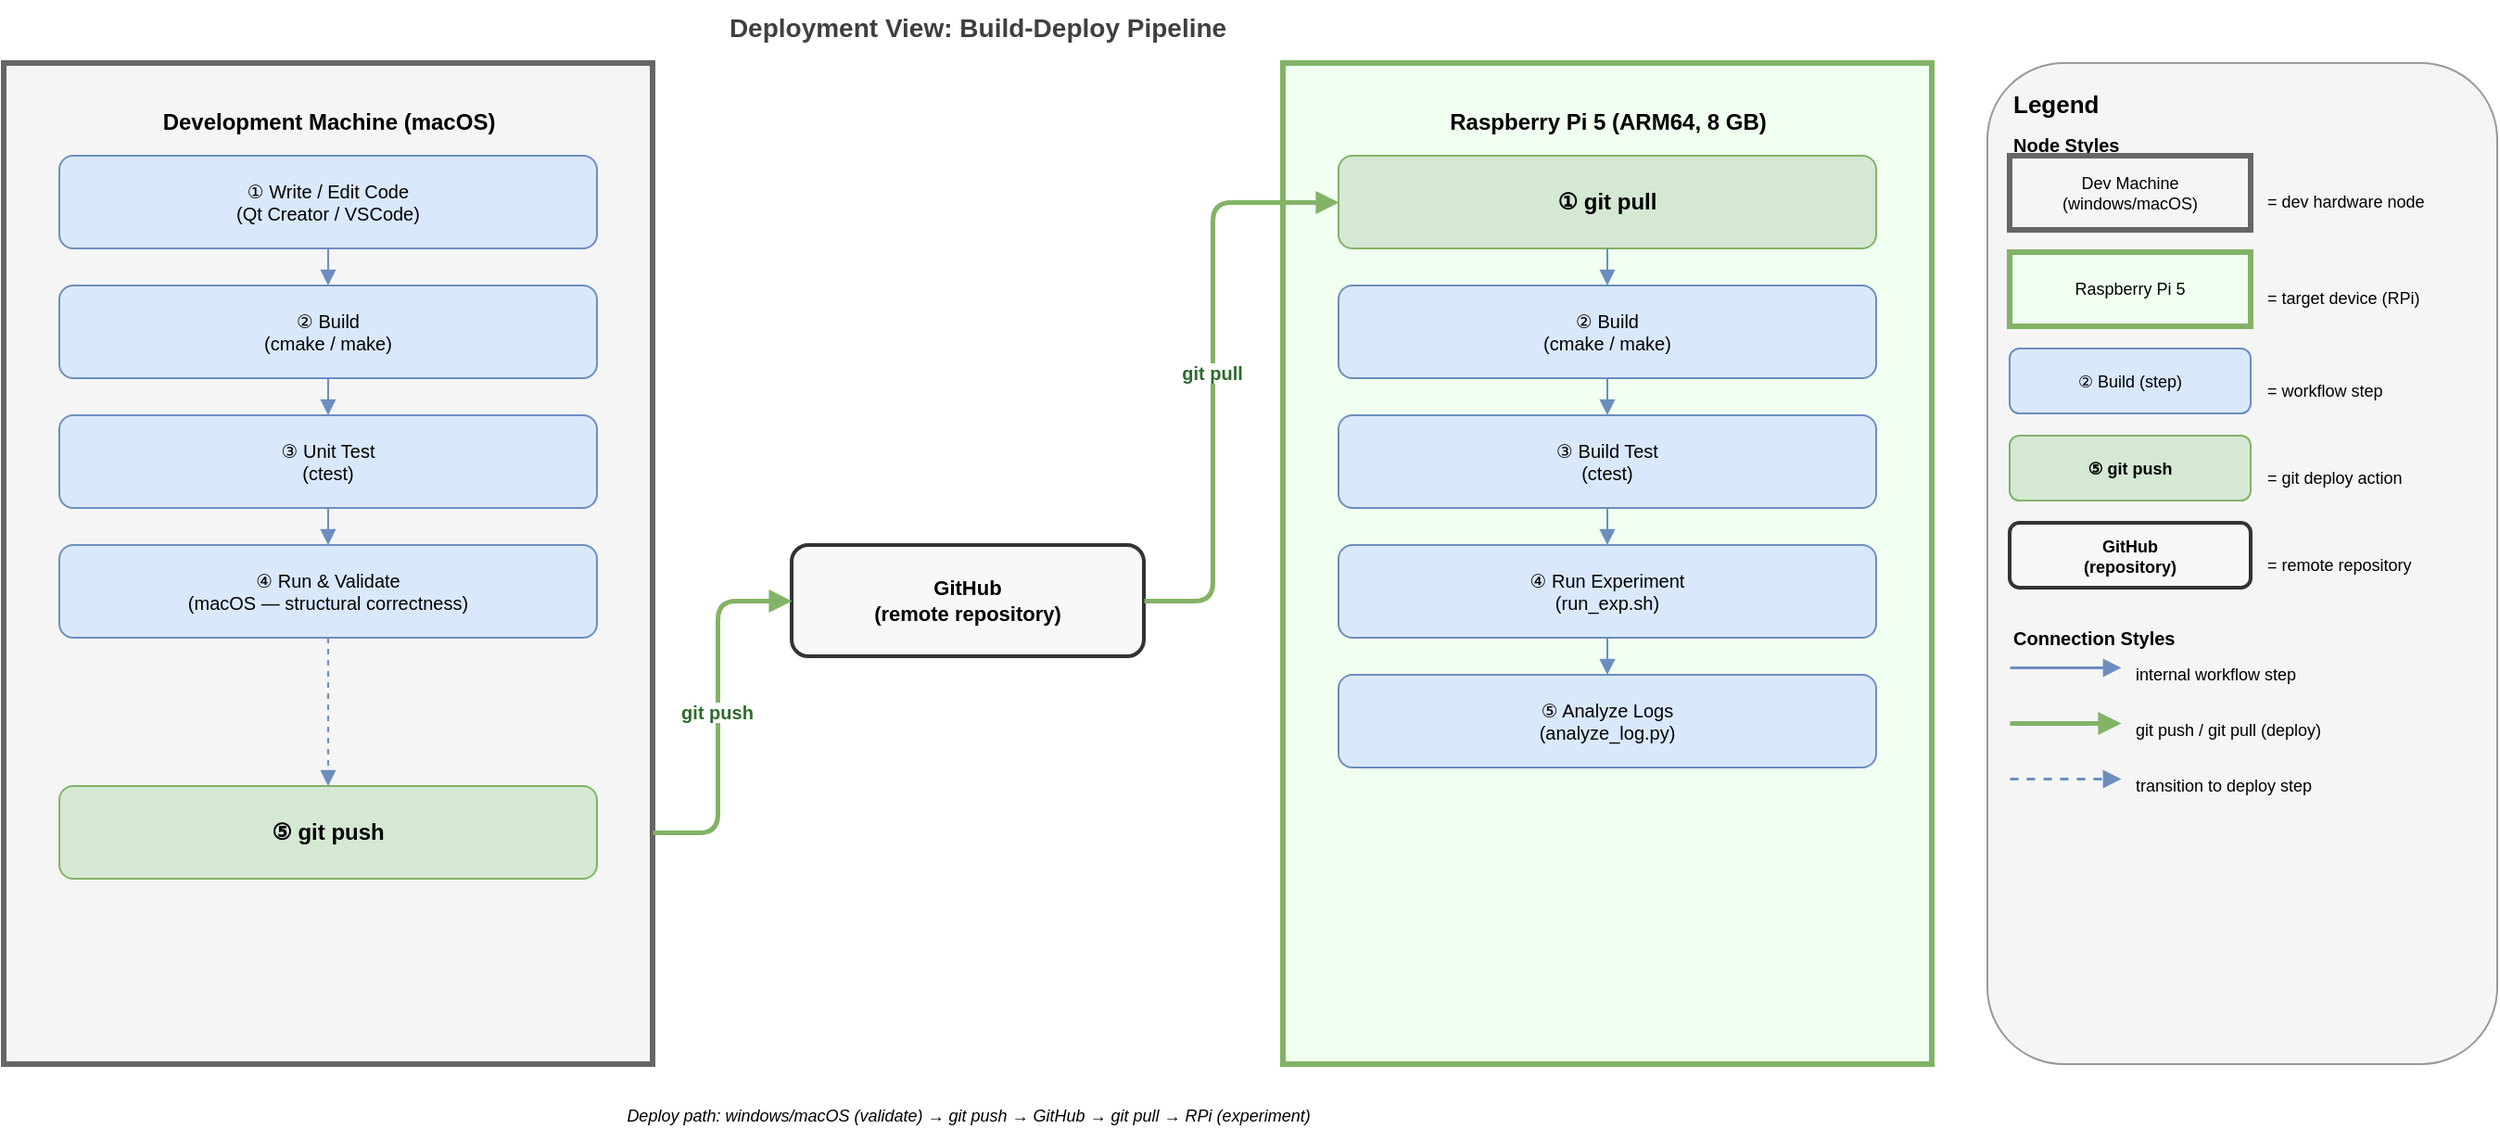
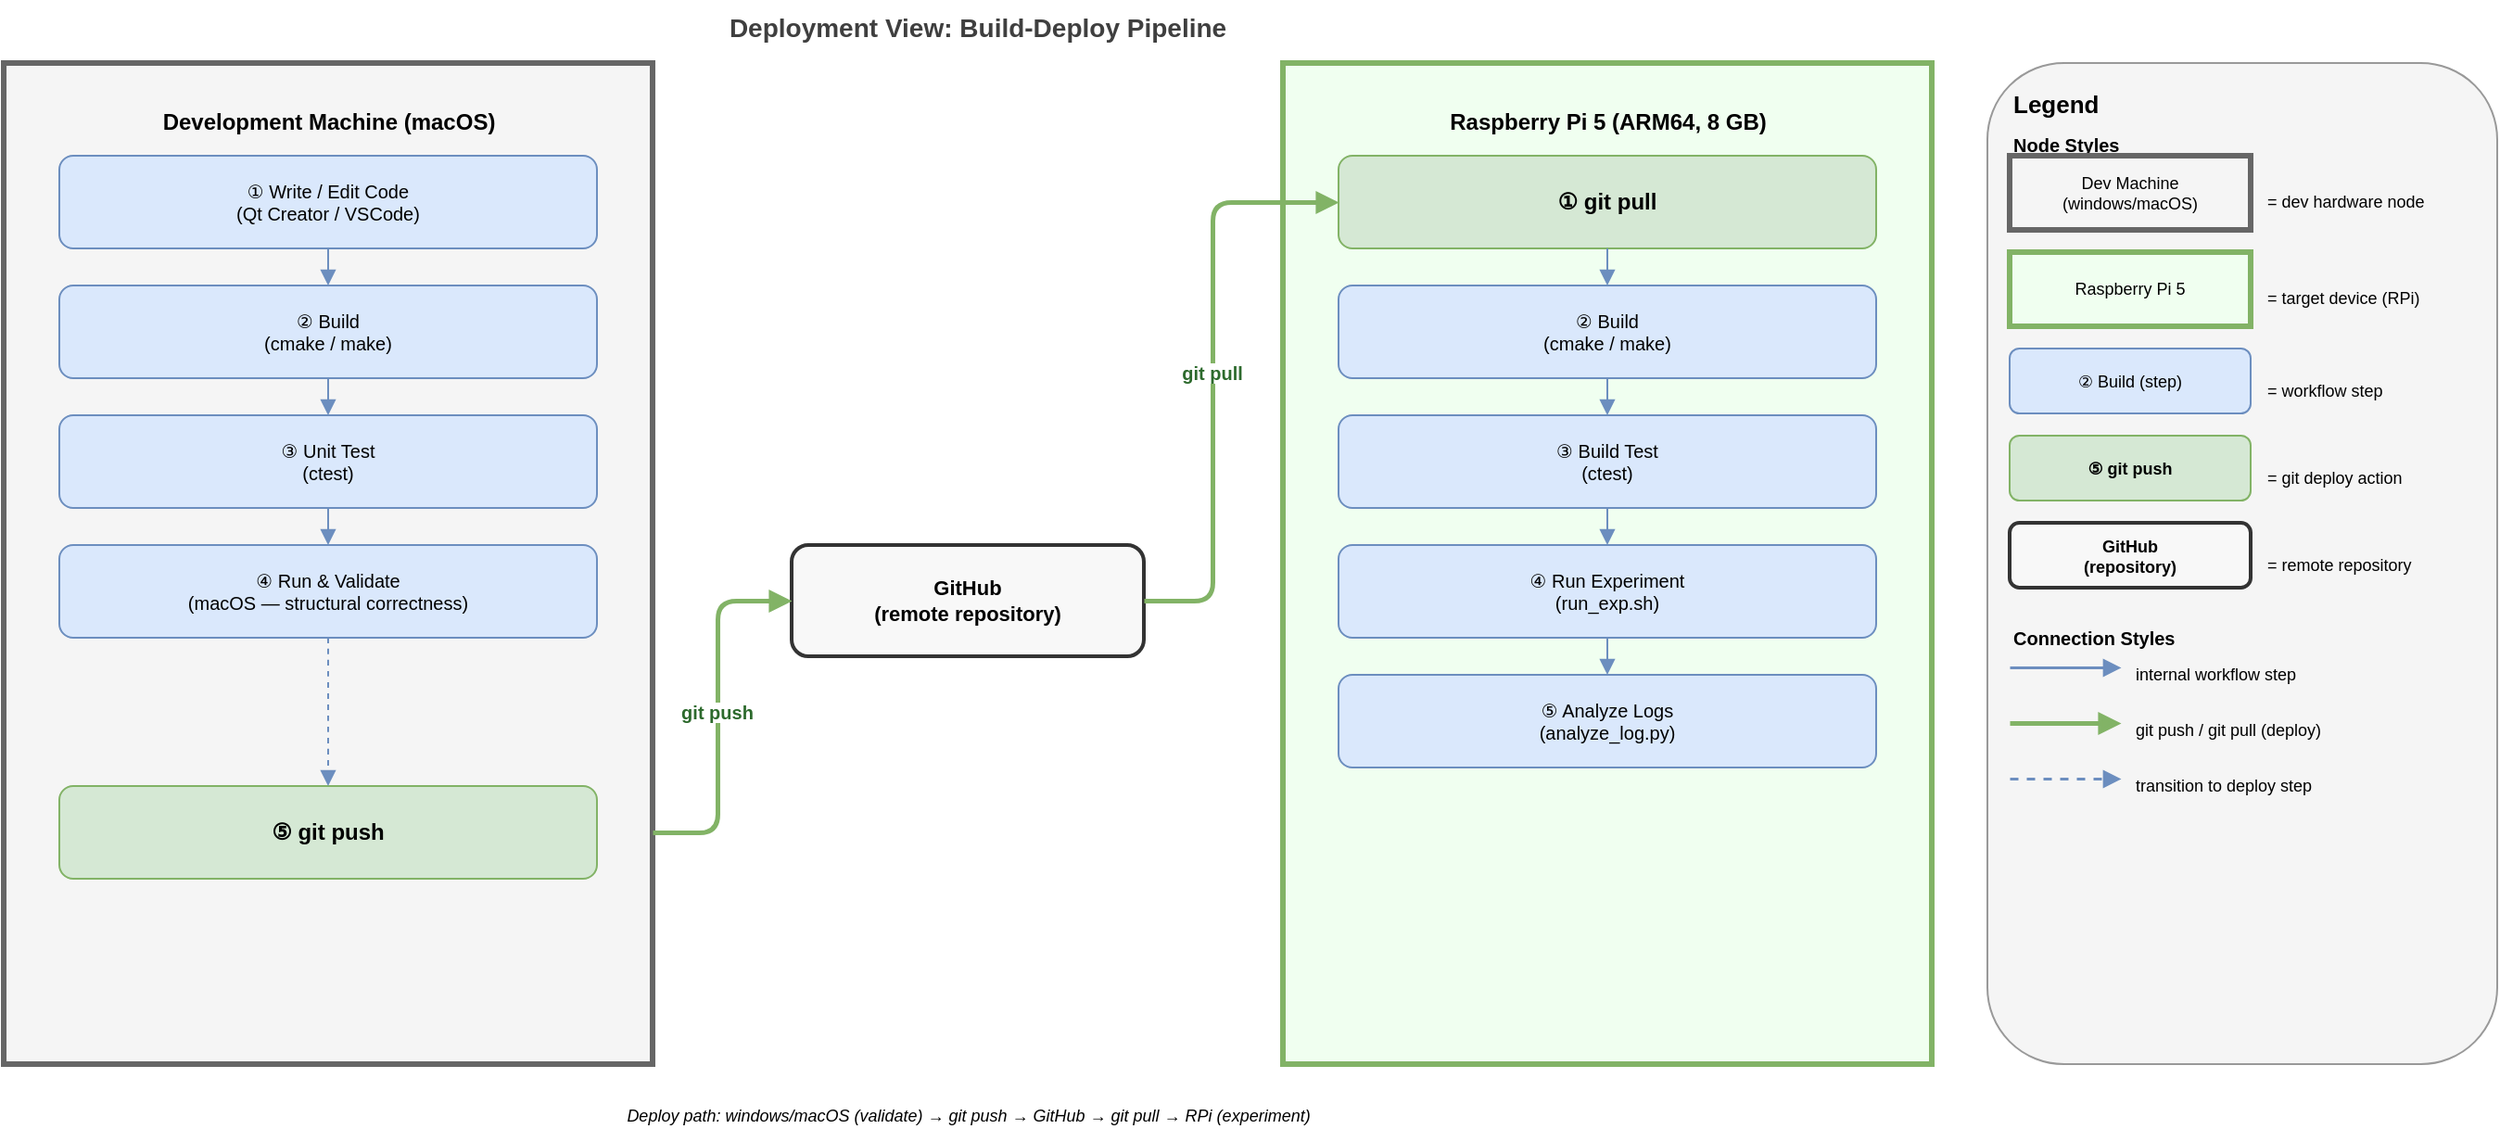
<mxfile host="65bd71144e">
-     <diagram id="eGPjmnUO7QiVlHh5mDwl" name="Page-1">
+     <diagram id="eGPjmnUO7QiVlHh5mDwl" name="Build-Deploy Pipeline">
        <mxGraphModel dx="906" dy="497" grid="1" gridSize="10" guides="1" tooltips="1" connect="1" arrows="1" fold="1" page="1" pageScale="1" pageWidth="1400" pageHeight="640" math="0" shadow="0">
            <root>
                <mxCell id="0"/>
                <mxCell id="1" parent="0"/>
                <mxCell id="title" value="&lt;span style=&quot;color: rgb(63, 63, 63); background-color: transparent;&quot;&gt;Deployment View: Build-Deploy Pipeline&lt;/span&gt;" style="text;html=1;strokeColor=none;fillColor=none;align=center;fontSize=14;fontStyle=1;" parent="1" vertex="1">
                    <mxGeometry x="30" y="6" width="1050" height="26" as="geometry"/>
                </mxCell>
                <mxCell id="DEV" value="" style="rounded=0;whiteSpace=wrap;html=1;fillColor=#f5f5f5;strokeColor=#666666;strokeWidth=3;" parent="1" vertex="1">
                    <mxGeometry x="30" y="40" width="350" height="540" as="geometry"/>
                </mxCell>
                <mxCell id="DEV_NM" value="Development Machine (macOS)" style="text;html=1;strokeColor=none;fillColor=none;fontStyle=1;fontSize=12;align=center;" parent="1" vertex="1">
                    <mxGeometry x="30" y="58" width="350" height="20" as="geometry"/>
                </mxCell>
                <mxCell id="D1" value="① Write / Edit Code&#xa;(Qt Creator / VSCode)" style="rounded=1;whiteSpace=wrap;html=1;fillColor=#dae8fc;strokeColor=#6c8ebf;fontSize=10;" parent="1" vertex="1">
                    <mxGeometry x="60" y="90" width="290" height="50" as="geometry"/>
                </mxCell>
                <mxCell id="D2" value="② Build&#xa;(cmake / make)" style="rounded=1;whiteSpace=wrap;html=1;fillColor=#dae8fc;strokeColor=#6c8ebf;fontSize=10;" parent="1" vertex="1">
                    <mxGeometry x="60" y="160" width="290" height="50" as="geometry"/>
                </mxCell>
                <mxCell id="D3" value="③ Unit Test&#xa;(ctest)" style="rounded=1;whiteSpace=wrap;html=1;fillColor=#dae8fc;strokeColor=#6c8ebf;fontSize=10;" parent="1" vertex="1">
                    <mxGeometry x="60" y="230" width="290" height="50" as="geometry"/>
                </mxCell>
                <mxCell id="D4" value="④ Run &amp; Validate&#xa;(macOS — structural correctness)" style="rounded=1;whiteSpace=wrap;html=1;fillColor=#dae8fc;strokeColor=#6c8ebf;fontSize=10;" parent="1" vertex="1">
                    <mxGeometry x="60" y="300" width="290" height="50" as="geometry"/>
                </mxCell>
                <mxCell id="D5" value="⑤ git push" style="rounded=1;whiteSpace=wrap;html=1;fillColor=#d5e8d4;strokeColor=#82b366;fontStyle=1;fontSize=12;" parent="1" vertex="1">
                    <mxGeometry x="60" y="430" width="290" height="50" as="geometry"/>
                </mxCell>
-                 <mxCell id="d1d2" value="" style="edgeStyle=orthogonalEdgeStyle;endArrow=block;endFill=1;strokeColor=#6c8ebf;" parent="1" source="D1" target="D2" edge="1">
+                 <mxCell id="d1d2" value="" style="edgeStyle=orthogonalEdgeStyle;rounded=1;curved=1;endArrow=block;endFill=1;strokeColor=#6c8ebf;" parent="1" source="D1" target="D2" edge="1">
                    <mxGeometry relative="1" as="geometry"/>
                </mxCell>
-                 <mxCell id="d2d3" value="" style="edgeStyle=orthogonalEdgeStyle;endArrow=block;endFill=1;strokeColor=#6c8ebf;" parent="1" source="D2" target="D3" edge="1">
+                 <mxCell id="d2d3" value="" style="edgeStyle=orthogonalEdgeStyle;rounded=1;curved=1;endArrow=block;endFill=1;strokeColor=#6c8ebf;" parent="1" source="D2" target="D3" edge="1">
                    <mxGeometry relative="1" as="geometry"/>
                </mxCell>
-                 <mxCell id="d3d4" value="" style="edgeStyle=orthogonalEdgeStyle;endArrow=block;endFill=1;strokeColor=#6c8ebf;" parent="1" source="D3" target="D4" edge="1">
+                 <mxCell id="d3d4" value="" style="edgeStyle=orthogonalEdgeStyle;rounded=1;curved=1;endArrow=block;endFill=1;strokeColor=#6c8ebf;" parent="1" source="D3" target="D4" edge="1">
                    <mxGeometry relative="1" as="geometry"/>
                </mxCell>
-                 <mxCell id="d4d5" value="" style="edgeStyle=orthogonalEdgeStyle;endArrow=block;endFill=1;strokeColor=#6c8ebf;dashed=1;" parent="1" source="D4" target="D5" edge="1">
+                 <mxCell id="d4d5" value="" style="edgeStyle=orthogonalEdgeStyle;rounded=1;curved=1;endArrow=block;endFill=1;strokeColor=#6c8ebf;dashed=1;" parent="1" source="D4" target="D5" edge="1">
                    <mxGeometry relative="1" as="geometry"/>
                </mxCell>
                <mxCell id="GH" value="GitHub&#xa;(remote repository)" style="rounded=1;whiteSpace=wrap;html=1;fillColor=#f8f8f8;strokeColor=#333333;strokeWidth=2;fontStyle=1;fontSize=11;" parent="1" vertex="1">
                    <mxGeometry x="455" y="300" width="190" height="60" as="geometry"/>
                </mxCell>
                <mxCell id="RPI" value="" style="rounded=0;whiteSpace=wrap;html=1;fillColor=#f0fff0;strokeColor=#82b366;strokeWidth=3;" parent="1" vertex="1">
                    <mxGeometry x="720" y="40" width="350" height="540" as="geometry"/>
                </mxCell>
                <mxCell id="RPI_NM" value="Raspberry Pi 5 (ARM64, 8 GB)" style="text;html=1;strokeColor=none;fillColor=none;fontStyle=1;fontSize=12;align=center;" parent="1" vertex="1">
                    <mxGeometry x="720" y="58" width="350" height="20" as="geometry"/>
                </mxCell>
                <mxCell id="R1" value="① git pull" style="rounded=1;whiteSpace=wrap;html=1;fillColor=#d5e8d4;strokeColor=#82b366;fontStyle=1;fontSize=12;" parent="1" vertex="1">
                    <mxGeometry x="750" y="90" width="290" height="50" as="geometry"/>
                </mxCell>
                <mxCell id="R2" value="② Build&#xa;(cmake / make)" style="rounded=1;whiteSpace=wrap;html=1;fillColor=#dae8fc;strokeColor=#6c8ebf;fontSize=10;" parent="1" vertex="1">
                    <mxGeometry x="750" y="160" width="290" height="50" as="geometry"/>
                </mxCell>
                <mxCell id="R3" value="③ Build Test&#xa;(ctest)" style="rounded=1;whiteSpace=wrap;html=1;fillColor=#dae8fc;strokeColor=#6c8ebf;fontSize=10;" parent="1" vertex="1">
                    <mxGeometry x="750" y="230" width="290" height="50" as="geometry"/>
                </mxCell>
                <mxCell id="R4" value="④ Run Experiment&#xa;(run_exp.sh)" style="rounded=1;whiteSpace=wrap;html=1;fillColor=#dae8fc;strokeColor=#6c8ebf;fontSize=10;" parent="1" vertex="1">
                    <mxGeometry x="750" y="300" width="290" height="50" as="geometry"/>
                </mxCell>
                <mxCell id="R5" value="⑤ Analyze Logs&#xa;(analyze_log.py)" style="rounded=1;whiteSpace=wrap;html=1;fillColor=#dae8fc;strokeColor=#6c8ebf;fontSize=10;" parent="1" vertex="1">
                    <mxGeometry x="750" y="370" width="290" height="50" as="geometry"/>
                </mxCell>
-                 <mxCell id="r1r2" value="" style="edgeStyle=orthogonalEdgeStyle;endArrow=block;endFill=1;strokeColor=#6c8ebf;" parent="1" source="R1" target="R2" edge="1">
+                 <mxCell id="r1r2" value="" style="edgeStyle=orthogonalEdgeStyle;rounded=1;curved=1;endArrow=block;endFill=1;strokeColor=#6c8ebf;" parent="1" source="R1" target="R2" edge="1">
                    <mxGeometry relative="1" as="geometry"/>
                </mxCell>
-                 <mxCell id="r2r3" value="" style="edgeStyle=orthogonalEdgeStyle;endArrow=block;endFill=1;strokeColor=#6c8ebf;" parent="1" source="R2" target="R3" edge="1">
+                 <mxCell id="r2r3" value="" style="edgeStyle=orthogonalEdgeStyle;rounded=1;curved=1;endArrow=block;endFill=1;strokeColor=#6c8ebf;" parent="1" source="R2" target="R3" edge="1">
                    <mxGeometry relative="1" as="geometry"/>
                </mxCell>
-                 <mxCell id="r3r4" value="" style="edgeStyle=orthogonalEdgeStyle;endArrow=block;endFill=1;strokeColor=#6c8ebf;" parent="1" source="R3" target="R4" edge="1">
+                 <mxCell id="r3r4" value="" style="edgeStyle=orthogonalEdgeStyle;rounded=1;curved=1;endArrow=block;endFill=1;strokeColor=#6c8ebf;" parent="1" source="R3" target="R4" edge="1">
                    <mxGeometry relative="1" as="geometry"/>
                </mxCell>
-                 <mxCell id="r4r5" value="" style="edgeStyle=orthogonalEdgeStyle;endArrow=block;endFill=1;strokeColor=#6c8ebf;" parent="1" source="R4" target="R5" edge="1">
+                 <mxCell id="r4r5" value="" style="edgeStyle=orthogonalEdgeStyle;rounded=1;curved=1;endArrow=block;endFill=1;strokeColor=#6c8ebf;" parent="1" source="R4" target="R5" edge="1">
                    <mxGeometry relative="1" as="geometry"/>
                </mxCell>
                <mxCell id="PUSH" value="git push" style="endArrow=block;endFill=1;strokeColor=#82b366;strokeWidth=2.5;fontColor=#2d6a2d;fontStyle=1;fontSize=10;exitX=1;exitY=0.5;exitDx=0;exitDy=0;" parent="1" edge="1">
                    <mxGeometry relative="1" as="geometry">
                        <mxPoint x="380" y="455" as="sourcePoint"/>
                        <mxPoint x="455" y="330" as="targetPoint"/>
                        <Array as="points">
                            <mxPoint x="415" y="455"/>
                            <mxPoint x="415" y="330"/>
                        </Array>
                    </mxGeometry>
                </mxCell>
                <mxCell id="PULL" value="git pull" style="endArrow=block;endFill=1;strokeColor=#82b366;strokeWidth=2.5;fontColor=#2d6a2d;fontStyle=1;fontSize=10;" parent="1" edge="1">
                    <mxGeometry relative="1" as="geometry">
                        <mxPoint x="645" y="330" as="sourcePoint"/>
                        <mxPoint x="750" y="115" as="targetPoint"/>
                        <Array as="points">
                            <mxPoint x="682" y="330"/>
                            <mxPoint x="682" y="115"/>
                        </Array>
                    </mxGeometry>
                </mxCell>
                <mxCell id="LEG" value="" style="rounded=1;whiteSpace=wrap;html=1;fillColor=#f5f5f5;strokeColor=#999999;" parent="1" vertex="1">
                    <mxGeometry x="1100" y="40" width="275" height="540" as="geometry"/>
                </mxCell>
                <mxCell id="LEG_T" value="Legend" style="text;html=1;strokeColor=none;fillColor=none;fontStyle=1;fontSize=13;align=left;" parent="1" vertex="1">
                    <mxGeometry x="1112" y="48" width="80" height="20" as="geometry"/>
                </mxCell>
                <mxCell id="LS0" value="Node Styles" style="text;html=1;strokeColor=none;fillColor=none;fontStyle=1;fontSize=10;align=left;" parent="1" vertex="1">
                    <mxGeometry x="1112" y="72" width="251" height="16" as="geometry"/>
                </mxCell>
                <mxCell id="LC1" value="Dev Machine (windows/macOS)" style="rounded=0;whiteSpace=wrap;html=1;fillColor=#f5f5f5;strokeColor=#666666;strokeWidth=3;fontSize=9;" parent="1" vertex="1">
                    <mxGeometry x="1112" y="90" width="130" height="40" as="geometry"/>
                </mxCell>
                <mxCell id="LC1T" value="= dev hardware node" style="text;html=1;strokeColor=none;fillColor=none;align=left;fontSize=9;" parent="1" vertex="1">
                    <mxGeometry x="1249" y="103" width="118" height="16" as="geometry"/>
                </mxCell>
                <mxCell id="LC2" value="Raspberry Pi 5" style="rounded=0;whiteSpace=wrap;html=1;fillColor=#f0fff0;strokeColor=#82b366;strokeWidth=3;fontSize=9;" parent="1" vertex="1">
                    <mxGeometry x="1112" y="142" width="130" height="40" as="geometry"/>
                </mxCell>
                <mxCell id="LC2T" value="= target device (RPi)" style="text;html=1;strokeColor=none;fillColor=none;align=left;fontSize=9;" parent="1" vertex="1">
                    <mxGeometry x="1249" y="155" width="118" height="16" as="geometry"/>
                </mxCell>
                <mxCell id="LC3" value="② Build (step)" style="rounded=1;whiteSpace=wrap;html=1;fillColor=#dae8fc;strokeColor=#6c8ebf;fontSize=9;" parent="1" vertex="1">
                    <mxGeometry x="1112" y="194" width="130" height="35" as="geometry"/>
                </mxCell>
                <mxCell id="LC3T" value="= workflow step" style="text;html=1;strokeColor=none;fillColor=none;align=left;fontSize=9;" parent="1" vertex="1">
                    <mxGeometry x="1249" y="205" width="118" height="16" as="geometry"/>
                </mxCell>
                <mxCell id="LC4" value="⑤ git push" style="rounded=1;whiteSpace=wrap;html=1;fillColor=#d5e8d4;strokeColor=#82b366;fontStyle=1;fontSize=9;" parent="1" vertex="1">
                    <mxGeometry x="1112" y="241" width="130" height="35" as="geometry"/>
                </mxCell>
                <mxCell id="LC4T" value="= git deploy action" style="text;html=1;strokeColor=none;fillColor=none;align=left;fontSize=9;" parent="1" vertex="1">
                    <mxGeometry x="1249" y="252" width="118" height="16" as="geometry"/>
                </mxCell>
                <mxCell id="LC5" value="GitHub&#xa;(repository)" style="rounded=1;whiteSpace=wrap;html=1;fillColor=#f8f8f8;strokeColor=#333333;strokeWidth=2;fontStyle=1;fontSize=9;" parent="1" vertex="1">
                    <mxGeometry x="1112" y="288" width="130" height="35" as="geometry"/>
                </mxCell>
                <mxCell id="LC5T" value="= remote repository" style="text;html=1;strokeColor=none;fillColor=none;align=left;fontSize=9;" parent="1" vertex="1">
                    <mxGeometry x="1249" y="299" width="118" height="16" as="geometry"/>
                </mxCell>
                <mxCell id="LS1" value="Connection Styles" style="text;html=1;strokeColor=none;fillColor=none;fontStyle=1;fontSize=10;align=left;" parent="1" vertex="1">
                    <mxGeometry x="1112" y="338" width="251" height="16" as="geometry"/>
                </mxCell>
                <mxCell id="LA1" value="" style="endArrow=block;endFill=1;strokeColor=#6c8ebf;strokeWidth=1.5;" parent="1" edge="1">
                    <mxGeometry relative="1" as="geometry">
                        <mxPoint x="1112" y="366" as="sourcePoint"/>
                        <mxPoint x="1172" y="366" as="targetPoint"/>
                    </mxGeometry>
                </mxCell>
                <mxCell id="LA1T" value="internal workflow step" style="text;html=1;strokeColor=none;fillColor=none;align=left;fontSize=9;" parent="1" vertex="1">
                    <mxGeometry x="1178" y="358" width="185" height="16" as="geometry"/>
                </mxCell>
                <mxCell id="LA2" value="" style="endArrow=block;endFill=1;strokeColor=#82b366;strokeWidth=2.5;" parent="1" edge="1">
                    <mxGeometry relative="1" as="geometry">
                        <mxPoint x="1112" y="396" as="sourcePoint"/>
                        <mxPoint x="1172" y="396" as="targetPoint"/>
                    </mxGeometry>
                </mxCell>
                <mxCell id="LA2T" value="git push / git pull (deploy)" style="text;html=1;strokeColor=none;fillColor=none;align=left;fontSize=9;" parent="1" vertex="1">
                    <mxGeometry x="1178" y="388" width="185" height="16" as="geometry"/>
                </mxCell>
                <mxCell id="LA3" value="" style="endArrow=block;endFill=1;strokeColor=#6c8ebf;strokeWidth=1.5;dashed=1;" parent="1" edge="1">
                    <mxGeometry relative="1" as="geometry">
                        <mxPoint x="1112" y="426" as="sourcePoint"/>
                        <mxPoint x="1172" y="426" as="targetPoint"/>
                    </mxGeometry>
                </mxCell>
                <mxCell id="LA3T" value="transition to deploy step" style="text;html=1;strokeColor=none;fillColor=none;align=left;fontSize=9;" parent="1" vertex="1">
                    <mxGeometry x="1178" y="418" width="185" height="16" as="geometry"/>
                </mxCell>
                <mxCell id="DEPLOY_NOTE" value="Deploy path: windows/macOS (validate) → git push → GitHub → git pull → RPi (experiment)" style="text;html=1;strokeColor=none;fillColor=none;align=center;fontSize=9;fontStyle=2;" parent="1" vertex="1">
                    <mxGeometry x="30" y="596" width="1040" height="16" as="geometry"/>
                </mxCell>
            </root>
        </mxGraphModel>
    </diagram>
</mxfile>